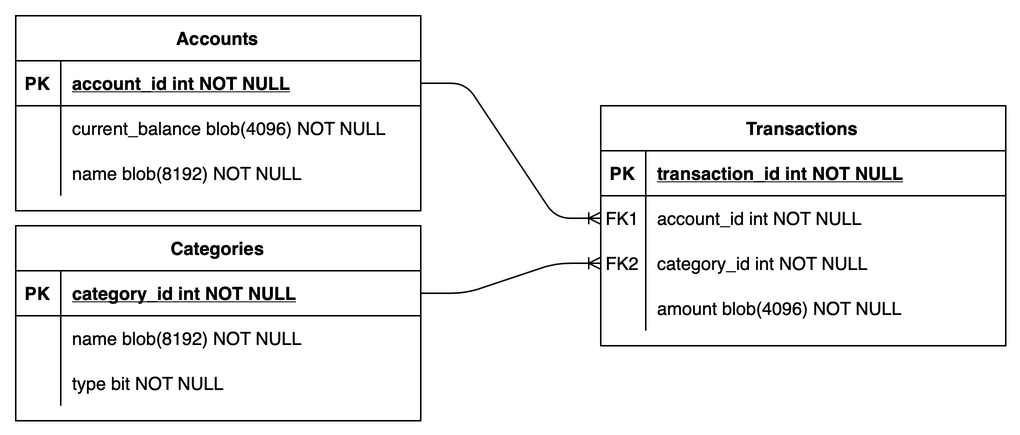
Above: doc/pictures/er-physical.drawio.png in GeorgiiFirsov/bdgt (draw.io), before the change. Source tidied: cells renumbered, new cells last; positions are measured from the earlier drawing's top-left corner, leaving out a move shared by most shapes.
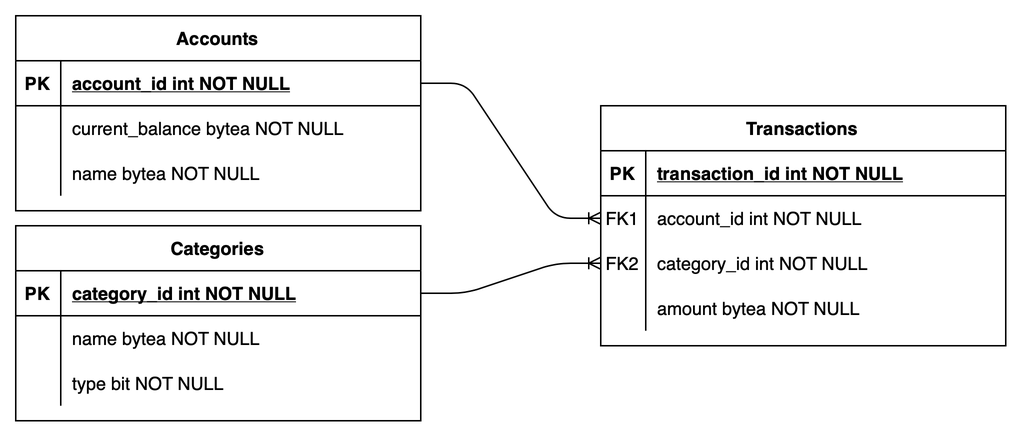
After the change.

Commit message:
chore: physical DB diagram is postgres-friendly

Diff of the diagram source:
```diff
@@ -41,7 +41,7 @@
     <mxCell id="14" style="shape=partialRectangle;overflow=hidden;fillColor=none;top=0;left=0;bottom=0;right=0;fontFamily=Helvetica;" parent="13" vertex="1">
       <mxGeometry width="30" height="30" as="geometry" />
     </mxCell>
-    <mxCell id="15" value="amount blob(4096) NOT NULL" style="shape=partialRectangle;overflow=hidden;fillColor=none;top=0;left=0;bottom=0;right=0;align=left;spacingLeft=6;fontFamily=Helvetica;" parent="13" vertex="1">
+    <mxCell id="15" value="amount bytea NOT NULL" style="shape=partialRectangle;overflow=hidden;fillColor=none;top=0;left=0;bottom=0;right=0;align=left;spacingLeft=6;fontFamily=Helvetica;" parent="13" vertex="1">
       <mxGeometry x="30" width="240" height="30" as="geometry" />
     </mxCell>
     <mxCell id="16" value="Categories" style="shape=table;startSize=30;rowLines=0;fontStyle=1;align=center;fontFamily=Helvetica;" parent="1" vertex="1">
@@ -62,7 +62,7 @@
     <mxCell id="21" style="shape=partialRectangle;overflow=hidden;fillColor=none;top=0;left=0;bottom=0;right=0;fontFamily=Helvetica;" parent="20" vertex="1">
       <mxGeometry width="30" height="30" as="geometry" />
     </mxCell>
-    <mxCell id="22" value="name blob(8192) NOT NULL" style="shape=partialRectangle;overflow=hidden;fillColor=none;top=0;left=0;bottom=0;right=0;align=left;spacingLeft=6;fontFamily=Helvetica;" parent="20" vertex="1">
+    <mxCell id="22" value="name bytea NOT NULL" style="shape=partialRectangle;overflow=hidden;fillColor=none;top=0;left=0;bottom=0;right=0;align=left;spacingLeft=6;fontFamily=Helvetica;" parent="20" vertex="1">
       <mxGeometry x="30" width="240" height="30" as="geometry" />
     </mxCell>
     <mxCell id="23" style="shape=tableRow;horizontal=0;startSize=0;swimlaneHead=0;swimlaneBody=0;fillColor=none;top=0;left=0;right=0;bottom=0;" parent="16" vertex="1">
@@ -92,7 +92,7 @@
     <mxCell id="31" style="shape=partialRectangle;overflow=hidden;fillColor=none;top=0;left=0;bottom=0;right=0;fontFamily=Helvetica;" parent="30" vertex="1">
       <mxGeometry width="30" height="30" as="geometry" />
     </mxCell>
-    <mxCell id="32" value="current_balance blob(4096) NOT NULL" style="shape=partialRectangle;overflow=hidden;fillColor=none;top=0;left=0;bottom=0;right=0;align=left;spacingLeft=6;fontFamily=Helvetica;" parent="30" vertex="1">
+    <mxCell id="32" value="current_balance bytea NOT NULL" style="shape=partialRectangle;overflow=hidden;fillColor=none;top=0;left=0;bottom=0;right=0;align=left;spacingLeft=6;fontFamily=Helvetica;" parent="30" vertex="1">
       <mxGeometry x="30" width="240" height="30" as="geometry" />
     </mxCell>
     <mxCell id="33" style="shape=tableRow;horizontal=0;startSize=0;swimlaneHead=0;swimlaneBody=0;fillColor=none;top=0;left=0;right=0;bottom=0;" parent="26" vertex="1">
@@ -101,7 +101,7 @@
     <mxCell id="34" style="shape=partialRectangle;fillColor=none;top=0;left=0;bottom=0;right=0;overflow=hidden;" parent="33" vertex="1">
       <mxGeometry width="30" height="30" as="geometry" />
     </mxCell>
-    <mxCell id="35" value="name blob(8192) NOT NULL" style="shape=partialRectangle;fillColor=none;top=0;left=0;bottom=0;right=0;align=left;spacingLeft=6;overflow=hidden;" parent="33" vertex="1">
+    <mxCell id="35" value="name bytea NOT NULL" style="shape=partialRectangle;fillColor=none;top=0;left=0;bottom=0;right=0;align=left;spacingLeft=6;overflow=hidden;" parent="33" vertex="1">
       <mxGeometry x="30" width="240" height="30" as="geometry" />
     </mxCell>
     <mxCell id="36" style="edgeStyle=entityRelationEdgeStyle;fontSize=12;html=1;endArrow=ERoneToMany;rounded=1;entryX=0;entryY=0.5;entryDx=0;entryDy=0;exitX=1;exitY=0.5;exitDx=0;exitDy=0;" parent="1" edge="1" source="27" target="7">
```
